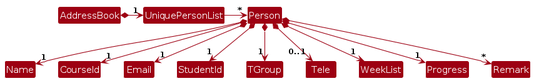
Before: diagrams/BetterModelClassDiagram.png, a diagram exported from PlantUML (AY2526S2-CS2103T-F10-3/tp). Its source is kept beside it as diagrams/BetterModelClassDiagram.puml.
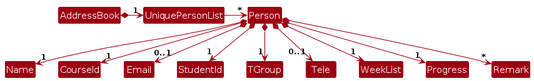
Above is the later version.

The edit, as a diff of the source:
```diff
@@ -9,7 +9,7 @@
 
 Person *--> "1" Name
 Person *--> "1" CourseId
-Person *--> "1" Email
+Person *--> "0..1" Email
 Person *--> "1" StudentId
 Person *--> "1" TGroup
 Person *--> "0..1" Tele
```
